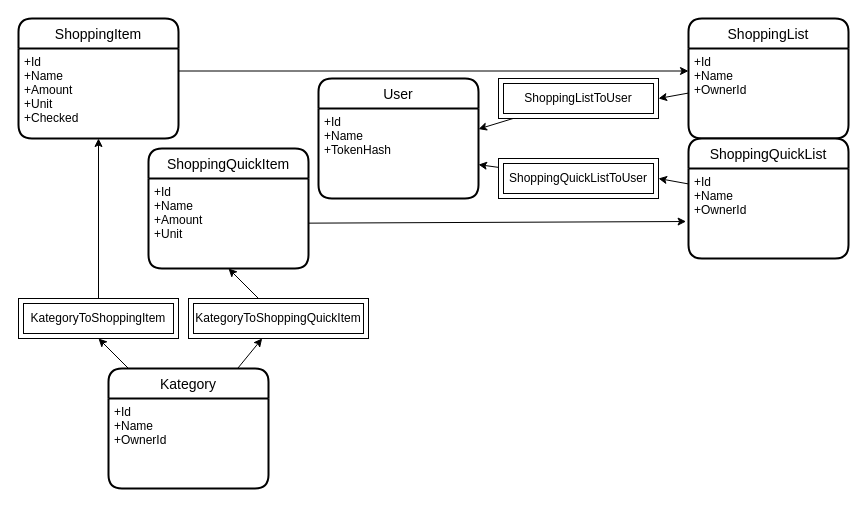
Before: database.drawio in Himmelsw4nderer/famAPPserver, a draw.io diagram. Source tidied: cells renumbered, new cells numbered last; positions are measured from the earlier drawing's top-left corner, leaving out a move shared by most shapes. Both pictures are drawn from the tidied source at 100%, with x=0, y=0 at pixel (18, 18).
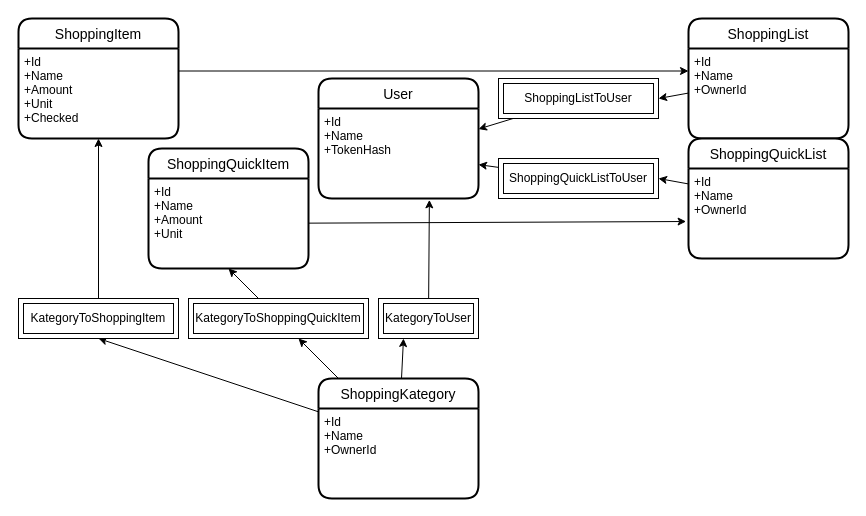
After the change.

Unchanged cells that the change refers to:
```xml
<mxCell id="13" value="+Id&#10;+Name&#10;+TokenHash" style="align=left;strokeColor=none;fillColor=none;spacingLeft=4;fontSize=12;verticalAlign=top;" parent="12" vertex="1">
  <mxGeometry y="30" width="160" height="90" as="geometry" />
</mxCell>
```

Diff of the diagram source:
```diff
@@
+    <mxCell id="28" style="edgeStyle=none;html=1;entryX=0.25;entryY=1;entryDx=0;entryDy=0;" parent="1" edge="1" source="22" target="30">
+      <mxGeometry relative="1" as="geometry" />
+    </mxCell>
-    <mxCell id="22" value="Kategory" style="swimlane;horizontal=1;startSize=30;rounded=1;fontSize=14;fontStyle=0;strokeWidth=2;shadow=0;dashed=0;align=center;" parent="1" vertex="1">
-      <mxGeometry x="90" y="350" width="160" height="120" as="geometry" />
+    <mxCell id="22" value="ShoppingKategory" style="swimlane;horizontal=1;startSize=30;rounded=1;fontSize=14;fontStyle=0;strokeWidth=2;shadow=0;dashed=0;align=center;" parent="1" vertex="1">
+      <mxGeometry x="300" y="360" width="160" height="120" as="geometry" />
     </mxCell>
@@
+    <mxCell id="29" style="edgeStyle=none;html=1;entryX=0.693;entryY=1.015;entryDx=0;entryDy=0;entryPerimeter=0;" parent="1" edge="1" source="30" target="13">
+      <mxGeometry relative="1" as="geometry" />
+    </mxCell>
+    <mxCell id="30" value="KategoryToUser" style="shape=ext;margin=3;double=1;whiteSpace=wrap;html=1;align=center;" parent="1" vertex="1">
+      <mxGeometry x="360" y="280" width="100" height="40" as="geometry" />
+    </mxCell>
```
